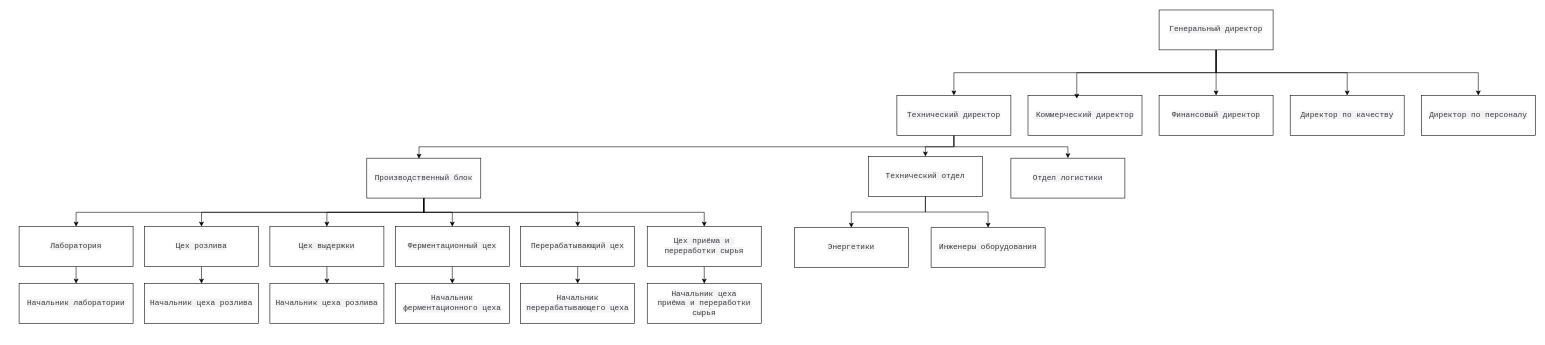
Shura-mint213/journal keeps this draw.io diagram as организационная_структура.drawio. Above is the earlier version. Source tidied: cells renumbered, new cells numbered last; positions are measured from the earlier drawing's top-left corner, leaving out a move shared by most shapes. Both pictures are drawn from the tidied source at 57%, with x=0, y=0 at pixel (19, 10).
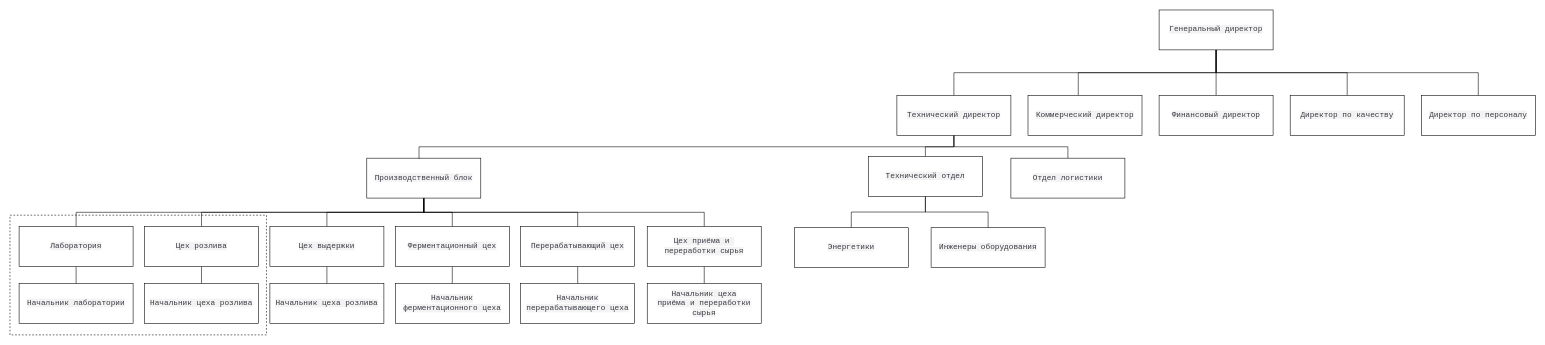
After the change.

Unchanged cells that the change refers to:
```xml
<mxCell id="6" value="&lt;span style=&quot;color: rgb(56, 58, 66); font-family: monospace; font-size: 13.6px; text-align: left; white-space: pre; background-color: rgb(243, 243, 243);&quot;&gt;Генеральный директор&lt;/span&gt;" style="rounded=0;whiteSpace=wrap;html=1;" parent="1" vertex="1">
  <mxGeometry x="2000" width="200" height="70" as="geometry" />
</mxCell>
<mxCell id="7" value="&lt;span style=&quot;color: rgb(56, 58, 66); font-family: monospace; font-size: 13.6px; text-align: left; white-space: pre; background-color: rgb(243, 243, 243);&quot;&gt;Финансовый директор&lt;/span&gt;" style="rounded=0;whiteSpace=wrap;html=1;" parent="1" vertex="1">
  <mxGeometry x="2000" y="150" width="200" height="70" as="geometry" />
</mxCell>
<mxCell id="8" value="&lt;span style=&quot;color: rgb(56, 58, 66); font-family: monospace; font-size: 13.6px; text-align: left; white-space: pre; background-color: rgb(243, 243, 243);&quot;&gt;Директор по персоналу&lt;/span&gt;" style="rounded=0;whiteSpace=wrap;html=1;" parent="1" vertex="1">
  <mxGeometry x="2460" y="150" width="200" height="70" as="geometry" />
</mxCell>
<mxCell id="11" value="&lt;span style=&quot;color: rgb(56, 58, 66); font-family: monospace; font-size: 13.6px; text-align: left; white-space: pre; background-color: rgb(243, 243, 243);&quot;&gt;Технический директор&lt;/span&gt;" style="rounded=0;whiteSpace=wrap;html=1;" parent="1" vertex="1">
  <mxGeometry x="1540" y="150" width="200" height="70" as="geometry" />
</mxCell>
<mxCell id="12" value="&lt;span style=&quot;color: rgb(56, 58, 66); font-family: monospace; font-size: 13.6px; text-align: left; white-space: pre; background-color: rgb(243, 243, 243);&quot;&gt;Коммерческий директор&lt;/span&gt;" style="rounded=0;whiteSpace=wrap;html=1;" parent="1" vertex="1">
  <mxGeometry x="1770" y="150" width="200" height="70" as="geometry" />
</mxCell>
<mxCell id="13" value="&lt;span style=&quot;color: rgb(56, 58, 66); font-family: monospace; font-size: 13.6px; text-align: left; white-space: pre; background-color: rgb(243, 243, 243);&quot;&gt;Директор по качеству&lt;/span&gt;" style="rounded=0;whiteSpace=wrap;html=1;" parent="1" vertex="1">
  <mxGeometry x="2230" y="150" width="200" height="70" as="geometry" />
</mxCell>
<mxCell id="21" value="&lt;span style=&quot;color: rgb(56, 58, 66); font-family: monospace; font-size: 13.6px; text-align: left; white-space: pre; background-color: rgb(243, 243, 243);&quot;&gt;Производственный блок&lt;/span&gt;" style="rounded=0;whiteSpace=wrap;html=1;" parent="1" vertex="1">
  <mxGeometry x="610" y="260" width="200" height="70" as="geometry" />
</mxCell>
<mxCell id="24" value="&lt;span style=&quot;color: rgb(56, 58, 66); font-family: monospace; font-size: 13.6px; text-align: left; white-space: pre; background-color: rgb(243, 243, 243);&quot;&gt;Технический отдел&lt;/span&gt;" style="rounded=0;whiteSpace=wrap;html=1;" parent="1" vertex="1">
  <mxGeometry x="1490" y="257" width="200" height="70" as="geometry" />
</mxCell>
<mxCell id="25" value="&lt;span style=&quot;color: rgb(56, 58, 66); font-family: monospace; font-size: 13.6px; text-align: left; white-space: pre; background-color: rgb(243, 243, 243);&quot;&gt;Отдел логистики&lt;/span&gt;" style="rounded=0;whiteSpace=wrap;html=1;" parent="1" vertex="1">
  <mxGeometry x="1740" y="260" width="200" height="70" as="geometry" />
</mxCell>
<mxCell id="27" value="&lt;span style=&quot;color: rgb(56, 58, 66); font-family: monospace; font-size: 13.6px; text-align: left; white-space: pre; background-color: rgb(243, 243, 243);&quot;&gt;Инженеры оборудования&lt;/span&gt;" style="rounded=0;whiteSpace=wrap;html=1;" parent="1" vertex="1">
  <mxGeometry x="1600" y="382" width="200" height="70" as="geometry" />
</mxCell>
<mxCell id="29" value="&lt;span style=&quot;color: rgb(56, 58, 66); font-family: monospace; font-size: 13.6px; text-align: left; white-space: pre; background-color: rgb(243, 243, 243);&quot;&gt;Цех выдержки&lt;/span&gt;" style="rounded=0;whiteSpace=wrap;html=1;" parent="1" vertex="1">
  <mxGeometry x="440" y="380" width="200" height="70" as="geometry" />
</mxCell>
<mxCell id="31" value="&lt;span style=&quot;color: rgb(56, 58, 66); font-family: monospace; font-size: 13.6px; text-align: left; white-space: pre; background-color: rgb(243, 243, 243);&quot;&gt;Ферментационный цех&lt;/span&gt;" style="rounded=0;whiteSpace=wrap;html=1;" parent="1" vertex="1">
  <mxGeometry x="660" y="380" width="200" height="70" as="geometry" />
</mxCell>
<mxCell id="33" value="&lt;span style=&quot;color: rgb(56, 58, 66); font-family: monospace; font-size: 13.6px; text-align: left; white-space: pre; background-color: rgb(243, 243, 243);&quot;&gt;Цех приёма и &lt;br/&gt;переработки сырья&lt;/span&gt;" style="rounded=0;whiteSpace=wrap;html=1;" parent="1" vertex="1">
  <mxGeometry x="1102" y="380" width="200" height="70" as="geometry" />
</mxCell>
<mxCell id="35" value="&lt;span style=&quot;color: rgb(56, 58, 66); font-family: monospace; font-size: 13.6px; text-align: left; white-space: pre; background-color: rgb(243, 243, 243);&quot;&gt;Цех розлива&lt;/span&gt;" style="rounded=0;whiteSpace=wrap;html=1;" parent="1" vertex="1">
  <mxGeometry x="220" y="380" width="200" height="70" as="geometry" />
</mxCell>
<mxCell id="37" value="&lt;span style=&quot;color: rgb(56, 58, 66); font-family: monospace; font-size: 13.6px; text-align: left; white-space: pre; background-color: rgb(243, 243, 243);&quot;&gt;Лаборатория&lt;/span&gt;" style="rounded=0;whiteSpace=wrap;html=1;" parent="1" vertex="1">
  <mxGeometry y="380" width="200" height="70" as="geometry" />
</mxCell>
<mxCell id="38" value="&lt;span style=&quot;color: rgb(56, 58, 66); font-family: monospace; font-size: 13.6px; text-align: left; white-space: pre; background-color: rgb(243, 243, 243);&quot;&gt;Энергетики&lt;/span&gt;" style="rounded=0;whiteSpace=wrap;html=1;" parent="1" vertex="1">
  <mxGeometry x="1360" y="382" width="200" height="70" as="geometry" />
</mxCell>
<mxCell id="40" value="&lt;span style=&quot;color: rgb(56, 58, 66); font-family: monospace; font-size: 13.6px; text-align: left; white-space: pre; background-color: rgb(243, 243, 243);&quot;&gt;Перерабатывающий цех&lt;/span&gt;" style="rounded=0;whiteSpace=wrap;html=1;" parent="1" vertex="1">
  <mxGeometry x="880" y="380" width="200" height="70" as="geometry" />
</mxCell>
<mxCell id="41" value="&lt;span style=&quot;color: rgb(56, 58, 66); font-family: monospace; font-size: 13.6px; text-align: left; white-space: pre; background-color: rgb(243, 243, 243);&quot;&gt;Начальник лаборатории&lt;/span&gt;" style="rounded=0;whiteSpace=wrap;html=1;" parent="1" vertex="1">
  <mxGeometry y="480" width="200" height="70" as="geometry" />
</mxCell>
<mxCell id="42" value="&lt;span style=&quot;color: rgb(56, 58, 66); font-family: monospace; font-size: 13.6px; text-align: left; white-space: pre; background-color: rgb(243, 243, 243);&quot;&gt;Начальник цеха розлива&lt;/span&gt;" style="rounded=0;whiteSpace=wrap;html=1;" parent="1" vertex="1">
  <mxGeometry x="220" y="480" width="200" height="70" as="geometry" />
</mxCell>
<mxCell id="43" value="&lt;span style=&quot;color: rgb(56, 58, 66); font-family: monospace; font-size: 13.6px; text-align: left; white-space: pre; background-color: rgb(243, 243, 243);&quot;&gt;Начальник цеха розлива&lt;/span&gt;" style="rounded=0;whiteSpace=wrap;html=1;" parent="1" vertex="1">
  <mxGeometry x="440" y="480" width="200" height="70" as="geometry" />
</mxCell>
<mxCell id="44" value="&lt;span style=&quot;color: rgb(56, 58, 66); font-family: monospace; font-size: 13.6px; text-align: left; white-space: pre; background-color: rgb(243, 243, 243);&quot;&gt;Начальник&lt;/span&gt;&lt;div&gt;&lt;span style=&quot;color: rgb(56, 58, 66); font-family: monospace; font-size: 13.6px; text-align: left; white-space: pre; background-color: rgb(243, 243, 243);&quot;&gt;ферментационного&lt;/span&gt;&lt;span style=&quot;background-color: light-dark(rgb(243, 243, 243), rgb(28, 28, 28)); color: light-dark(rgb(56, 58, 66), rgb(185, 187, 194)); font-family: monospace; font-size: 13.6px; text-align: left; white-space: pre;&quot;&gt; цеха&lt;/span&gt;&lt;/div&gt;" style="rounded=0;whiteSpace=wrap;html=1;" parent="1" vertex="1">
  <mxGeometry x="660" y="480" width="200" height="70" as="geometry" />
</mxCell>
<mxCell id="45" value="&lt;span style=&quot;color: rgb(56, 58, 66); font-family: monospace; font-size: 13.6px; text-align: left; white-space: pre; background-color: rgb(243, 243, 243);&quot;&gt;Начальник&lt;/span&gt;&lt;div&gt;&lt;span style=&quot;color: rgb(56, 58, 66); font-family: monospace; font-size: 13.6px; text-align: left; white-space: pre; background-color: rgb(243, 243, 243);&quot;&gt;перерабатывающего цеха&lt;/span&gt;&lt;/div&gt;" style="rounded=0;whiteSpace=wrap;html=1;" parent="1" vertex="1">
  <mxGeometry x="880" y="480" width="200" height="70" as="geometry" />
</mxCell>
<mxCell id="46" value="&lt;span style=&quot;color: rgb(56, 58, 66); font-family: monospace; font-size: 13.6px; text-align: left; white-space: pre; background-color: rgb(243, 243, 243);&quot;&gt;Начальник цеха&lt;/span&gt;&lt;div&gt;&lt;span style=&quot;color: rgb(56, 58, 66); font-family: monospace; font-size: 13.6px; text-align: left; white-space: pre; background-color: rgb(243, 243, 243);&quot;&gt;приёма и переработки&lt;/span&gt;&lt;/div&gt;&lt;div&gt;&lt;span style=&quot;color: rgb(56, 58, 66); font-family: monospace; font-size: 13.6px; text-align: left; white-space: pre; background-color: rgb(243, 243, 243);&quot;&gt;сырья&lt;/span&gt;&lt;/div&gt;" style="rounded=0;whiteSpace=wrap;html=1;" parent="1" vertex="1">
  <mxGeometry x="1102" y="480" width="200" height="70" as="geometry" />
</mxCell>
```

What changed in the source:
```diff
@@
+    <mxCell id="47" style="rounded=0;whiteSpace=wrap;html=1;dashed=1;" parent="1" vertex="1">
+      <mxGeometry x="-16" y="360" width="450" height="210" as="geometry" />
+    </mxCell>
-    <mxCell id="2" style="edgeStyle=orthogonalEdgeStyle;rounded=0;jettySize=auto;html=1;exitX=0.5;exitY=1;exitDx=0;exitDy=0;entryX=0.5;entryY=0;entryDx=0;entryDy=0;" parent="1" edge="1" source="6" target="11">
+    <mxCell id="2" style="edgeStyle=orthogonalEdgeStyle;rounded=0;jettySize=auto;html=1;exitX=0.5;exitY=1;exitDx=0;exitDy=0;entryX=0.5;entryY=0;entryDx=0;entryDy=0;endArrow=none;startFill=0;" parent="1" edge="1" source="6" target="11">
       <mxGeometry relative="1" as="geometry" />
     </mxCell>
-    <mxCell id="3" style="edgeStyle=orthogonalEdgeStyle;rounded=0;jettySize=auto;html=1;exitX=0.5;exitY=1;exitDx=0;exitDy=0;entryX=0.5;entryY=0;entryDx=0;entryDy=0;" parent="1" edge="1" source="6" target="7">
+    <mxCell id="3" style="edgeStyle=orthogonalEdgeStyle;rounded=0;jettySize=auto;html=1;exitX=0.5;exitY=1;exitDx=0;exitDy=0;entryX=0.5;entryY=0;entryDx=0;entryDy=0;endArrow=none;startFill=0;" parent="1" edge="1" source="6" target="7">
       <mxGeometry relative="1" as="geometry" />
     </mxCell>
-    <mxCell id="4" style="edgeStyle=orthogonalEdgeStyle;rounded=0;jettySize=auto;html=1;exitX=0.5;exitY=1;exitDx=0;exitDy=0;entryX=0.5;entryY=0;entryDx=0;entryDy=0;" parent="1" edge="1" source="6" target="13">
+    <mxCell id="4" style="edgeStyle=orthogonalEdgeStyle;rounded=0;jettySize=auto;html=1;exitX=0.5;exitY=1;exitDx=0;exitDy=0;entryX=0.5;entryY=0;entryDx=0;entryDy=0;endArrow=none;startFill=0;" parent="1" edge="1" source="6" target="13">
       <mxGeometry relative="1" as="geometry" />
     </mxCell>
-    <mxCell id="5" style="edgeStyle=orthogonalEdgeStyle;rounded=0;jettySize=auto;html=1;exitX=0.5;exitY=1;exitDx=0;exitDy=0;entryX=0.5;entryY=0;entryDx=0;entryDy=0;" parent="1" edge="1" source="6" target="8">
+    <mxCell id="5" style="edgeStyle=orthogonalEdgeStyle;rounded=0;jettySize=auto;html=1;exitX=0.5;exitY=1;exitDx=0;exitDy=0;entryX=0.5;entryY=0;entryDx=0;entryDy=0;endArrow=none;startFill=0;" parent="1" edge="1" source="6" target="8">
       <mxGeometry relative="1" as="geometry" />
     </mxCell>
@@
-    <mxCell id="9" style="edgeStyle=orthogonalEdgeStyle;rounded=0;jettySize=auto;html=1;exitX=0.5;exitY=1;exitDx=0;exitDy=0;entryX=0.5;entryY=0;entryDx=0;entryDy=0;" parent="1" edge="1" source="11" target="24">
+    <mxCell id="9" style="edgeStyle=orthogonalEdgeStyle;rounded=0;jettySize=auto;html=1;exitX=0.5;exitY=1;exitDx=0;exitDy=0;entryX=0.5;entryY=0;entryDx=0;entryDy=0;endArrow=none;startFill=0;" parent="1" edge="1" source="11" target="24">
       <mxGeometry relative="1" as="geometry" />
     </mxCell>
-    <mxCell id="10" style="edgeStyle=orthogonalEdgeStyle;rounded=0;jettySize=auto;html=1;exitX=0.5;exitY=1;exitDx=0;exitDy=0;entryX=0.5;entryY=0;entryDx=0;entryDy=0;" parent="1" edge="1" source="11" target="25">
+    <mxCell id="10" style="edgeStyle=orthogonalEdgeStyle;rounded=0;jettySize=auto;html=1;exitX=0.5;exitY=1;exitDx=0;exitDy=0;entryX=0.5;entryY=0;entryDx=0;entryDy=0;endArrow=none;startFill=0;" parent="1" edge="1" source="11" target="25">
       <mxGeometry relative="1" as="geometry" />
     </mxCell>
@@
-    <mxCell id="14" style="edgeStyle=orthogonalEdgeStyle;rounded=0;jettySize=auto;html=1;exitX=0.5;exitY=1;exitDx=0;exitDy=0;entryX=0.428;entryY=0.079;entryDx=0;entryDy=0;entryPerimeter=0;" parent="1" edge="1" source="6" target="12">
+    <mxCell id="14" style="edgeStyle=orthogonalEdgeStyle;rounded=0;jettySize=auto;html=1;exitX=0.5;exitY=1;exitDx=0;exitDy=0;endArrow=none;startFill=0;entryX=0.441;entryY=-0.008;entryDx=0;entryDy=0;entryPerimeter=0;" parent="1" edge="1" source="6" target="12">
       <mxGeometry relative="1" as="geometry" />
     </mxCell>
-    <mxCell id="15" style="edgeStyle=orthogonalEdgeStyle;rounded=0;jettySize=auto;html=1;exitX=0.5;exitY=1;exitDx=0;exitDy=0;entryX=0.5;entryY=0;entryDx=0;entryDy=0;" parent="1" edge="1" source="21" target="33">
+    <mxCell id="15" style="edgeStyle=orthogonalEdgeStyle;rounded=0;jettySize=auto;html=1;exitX=0.5;exitY=1;exitDx=0;exitDy=0;entryX=0.5;entryY=0;entryDx=0;entryDy=0;endArrow=none;startFill=0;" parent="1" edge="1" source="21" target="33">
       <mxGeometry relative="1" as="geometry" />
     </mxCell>
-    <mxCell id="16" style="edgeStyle=orthogonalEdgeStyle;rounded=0;jettySize=auto;html=1;exitX=0.5;exitY=1;exitDx=0;exitDy=0;entryX=0.5;entryY=0;entryDx=0;entryDy=0;" parent="1" edge="1" source="21" target="40">
+    <mxCell id="16" style="edgeStyle=orthogonalEdgeStyle;rounded=0;jettySize=auto;html=1;exitX=0.5;exitY=1;exitDx=0;exitDy=0;entryX=0.5;entryY=0;entryDx=0;entryDy=0;endArrow=none;startFill=0;" parent="1" edge="1" source="21" target="40">
       <mxGeometry relative="1" as="geometry" />
     </mxCell>
-    <mxCell id="17" style="edgeStyle=orthogonalEdgeStyle;rounded=0;jettySize=auto;html=1;exitX=0.5;exitY=1;exitDx=0;exitDy=0;entryX=0.5;entryY=0;entryDx=0;entryDy=0;" parent="1" edge="1" source="21" target="31">
+    <mxCell id="17" style="edgeStyle=orthogonalEdgeStyle;rounded=0;jettySize=auto;html=1;exitX=0.5;exitY=1;exitDx=0;exitDy=0;entryX=0.5;entryY=0;entryDx=0;entryDy=0;endArrow=none;startFill=0;" parent="1" edge="1" source="21" target="31">
       <mxGeometry relative="1" as="geometry" />
     </mxCell>
-    <mxCell id="18" style="edgeStyle=orthogonalEdgeStyle;rounded=0;jettySize=auto;html=1;exitX=0.5;exitY=1;exitDx=0;exitDy=0;entryX=0.5;entryY=0;entryDx=0;entryDy=0;" parent="1" edge="1" source="21" target="29">
+    <mxCell id="18" style="edgeStyle=orthogonalEdgeStyle;rounded=0;jettySize=auto;html=1;exitX=0.5;exitY=1;exitDx=0;exitDy=0;entryX=0.5;entryY=0;entryDx=0;entryDy=0;endArrow=none;startFill=0;" parent="1" edge="1" source="21" target="29">
       <mxGeometry relative="1" as="geometry" />
     </mxCell>
-    <mxCell id="19" style="edgeStyle=orthogonalEdgeStyle;rounded=0;jettySize=auto;html=1;exitX=0.5;exitY=1;exitDx=0;exitDy=0;entryX=0.5;entryY=0;entryDx=0;entryDy=0;" parent="1" edge="1" source="21" target="35">
+    <mxCell id="19" style="edgeStyle=orthogonalEdgeStyle;rounded=0;jettySize=auto;html=1;exitX=0.5;exitY=1;exitDx=0;exitDy=0;entryX=0.5;entryY=0;entryDx=0;entryDy=0;endArrow=none;startFill=0;" parent="1" edge="1" source="21" target="35">
       <mxGeometry relative="1" as="geometry" />
     </mxCell>
-    <mxCell id="20" style="edgeStyle=orthogonalEdgeStyle;rounded=0;jettySize=auto;html=1;exitX=0.5;exitY=1;exitDx=0;exitDy=0;entryX=0.5;entryY=0;entryDx=0;entryDy=0;" parent="1" edge="1" source="21" target="37">
+    <mxCell id="20" style="edgeStyle=orthogonalEdgeStyle;rounded=0;jettySize=auto;html=1;exitX=0.5;exitY=1;exitDx=0;exitDy=0;entryX=0.5;entryY=0;entryDx=0;entryDy=0;endArrow=none;startFill=0;" parent="1" edge="1" source="21" target="37">
       <mxGeometry relative="1" as="geometry" />
     </mxCell>
@@
-    <mxCell id="22" style="edgeStyle=orthogonalEdgeStyle;rounded=0;jettySize=auto;html=1;exitX=0.5;exitY=1;exitDx=0;exitDy=0;entryX=0.5;entryY=0;entryDx=0;entryDy=0;" parent="1" edge="1" source="24" target="38">
+    <mxCell id="22" style="edgeStyle=orthogonalEdgeStyle;rounded=0;jettySize=auto;html=1;exitX=0.5;exitY=1;exitDx=0;exitDy=0;entryX=0.5;entryY=0;entryDx=0;entryDy=0;endArrow=none;startFill=0;" parent="1" edge="1" source="24" target="38">
       <mxGeometry relative="1" as="geometry" />
     </mxCell>
-    <mxCell id="23" style="edgeStyle=orthogonalEdgeStyle;rounded=0;jettySize=auto;html=1;exitX=0.5;exitY=1;exitDx=0;exitDy=0;entryX=0.5;entryY=0;entryDx=0;entryDy=0;" parent="1" edge="1" source="24" target="27">
+    <mxCell id="23" style="edgeStyle=orthogonalEdgeStyle;rounded=0;jettySize=auto;html=1;exitX=0.5;exitY=1;exitDx=0;exitDy=0;entryX=0.5;entryY=0;entryDx=0;entryDy=0;endArrow=none;startFill=0;" parent="1" edge="1" source="24" target="27">
       <mxGeometry relative="1" as="geometry" />
     </mxCell>
@@
-    <mxCell id="26" style="edgeStyle=orthogonalEdgeStyle;rounded=0;jettySize=auto;html=1;exitX=0.5;exitY=1;exitDx=0;exitDy=0;entryX=0.458;entryY=0.014;entryDx=0;entryDy=0;entryPerimeter=0;" parent="1" edge="1" source="11" target="21">
+    <mxCell id="26" style="edgeStyle=orthogonalEdgeStyle;rounded=0;jettySize=auto;html=1;exitX=0.5;exitY=1;exitDx=0;exitDy=0;entryX=0.458;entryY=0.014;entryDx=0;entryDy=0;entryPerimeter=0;endArrow=none;startFill=0;" parent="1" edge="1" source="11" target="21">
       <mxGeometry relative="1" as="geometry" />
     </mxCell>
@@
-    <mxCell id="28" style="edgeStyle=orthogonalEdgeStyle;rounded=0;jettySize=auto;html=1;exitX=0.5;exitY=1;exitDx=0;exitDy=0;entryX=0.5;entryY=0;entryDx=0;entryDy=0;" parent="1" edge="1" source="29" target="43">
+    <mxCell id="28" style="edgeStyle=orthogonalEdgeStyle;rounded=0;jettySize=auto;html=1;exitX=0.5;exitY=1;exitDx=0;exitDy=0;entryX=0.5;entryY=0;entryDx=0;entryDy=0;endArrow=none;startFill=0;" parent="1" edge="1" source="29" target="43">
       <mxGeometry relative="1" as="geometry" />
     </mxCell>
@@
-    <mxCell id="30" style="edgeStyle=orthogonalEdgeStyle;rounded=0;jettySize=auto;html=1;exitX=0.5;exitY=1;exitDx=0;exitDy=0;entryX=0.5;entryY=0;entryDx=0;entryDy=0;" parent="1" edge="1" source="31" target="44">
+    <mxCell id="30" style="edgeStyle=orthogonalEdgeStyle;rounded=0;jettySize=auto;html=1;exitX=0.5;exitY=1;exitDx=0;exitDy=0;entryX=0.5;entryY=0;entryDx=0;entryDy=0;endArrow=none;startFill=0;" parent="1" edge="1" source="31" target="44">
       <mxGeometry relative="1" as="geometry" />
     </mxCell>
@@
-    <mxCell id="32" style="edgeStyle=orthogonalEdgeStyle;rounded=0;jettySize=auto;html=1;exitX=0.5;exitY=1;exitDx=0;exitDy=0;entryX=0.5;entryY=0;entryDx=0;entryDy=0;" parent="1" edge="1" source="33" target="46">
+    <mxCell id="32" style="edgeStyle=orthogonalEdgeStyle;rounded=0;jettySize=auto;html=1;exitX=0.5;exitY=1;exitDx=0;exitDy=0;entryX=0.5;entryY=0;entryDx=0;entryDy=0;endArrow=none;startFill=0;" parent="1" edge="1" source="33" target="46">
       <mxGeometry relative="1" as="geometry" />
     </mxCell>
@@
-    <mxCell id="34" style="edgeStyle=orthogonalEdgeStyle;rounded=0;jettySize=auto;html=1;exitX=0.5;exitY=1;exitDx=0;exitDy=0;entryX=0.5;entryY=0;entryDx=0;entryDy=0;" parent="1" edge="1" source="35" target="42">
+    <mxCell id="34" style="edgeStyle=orthogonalEdgeStyle;rounded=0;jettySize=auto;html=1;exitX=0.5;exitY=1;exitDx=0;exitDy=0;entryX=0.5;entryY=0;entryDx=0;entryDy=0;endArrow=none;startFill=0;" parent="1" edge="1" source="35" target="42">
       <mxGeometry relative="1" as="geometry" />
     </mxCell>
@@
-    <mxCell id="36" style="edgeStyle=orthogonalEdgeStyle;rounded=0;jettySize=auto;html=1;exitX=0.5;exitY=1;exitDx=0;exitDy=0;entryX=0.5;entryY=0;entryDx=0;entryDy=0;" parent="1" edge="1" source="37" target="41">
+    <mxCell id="36" style="edgeStyle=orthogonalEdgeStyle;rounded=0;jettySize=auto;html=1;exitX=0.5;exitY=1;exitDx=0;exitDy=0;entryX=0.5;entryY=0;entryDx=0;entryDy=0;endArrow=none;startFill=0;" parent="1" edge="1" source="37" target="41">
       <mxGeometry relative="1" as="geometry" />
     </mxCell>
@@
-    <mxCell id="39" style="edgeStyle=orthogonalEdgeStyle;rounded=0;jettySize=auto;html=1;exitX=0.5;exitY=1;exitDx=0;exitDy=0;entryX=0.5;entryY=0;entryDx=0;entryDy=0;" parent="1" edge="1" source="40" target="45">
+    <mxCell id="39" style="edgeStyle=orthogonalEdgeStyle;rounded=0;jettySize=auto;html=1;exitX=0.5;exitY=1;exitDx=0;exitDy=0;entryX=0.5;entryY=0;entryDx=0;entryDy=0;endArrow=none;startFill=0;" parent="1" edge="1" source="40" target="45">
       <mxGeometry relative="1" as="geometry" />
     </mxCell>
```
